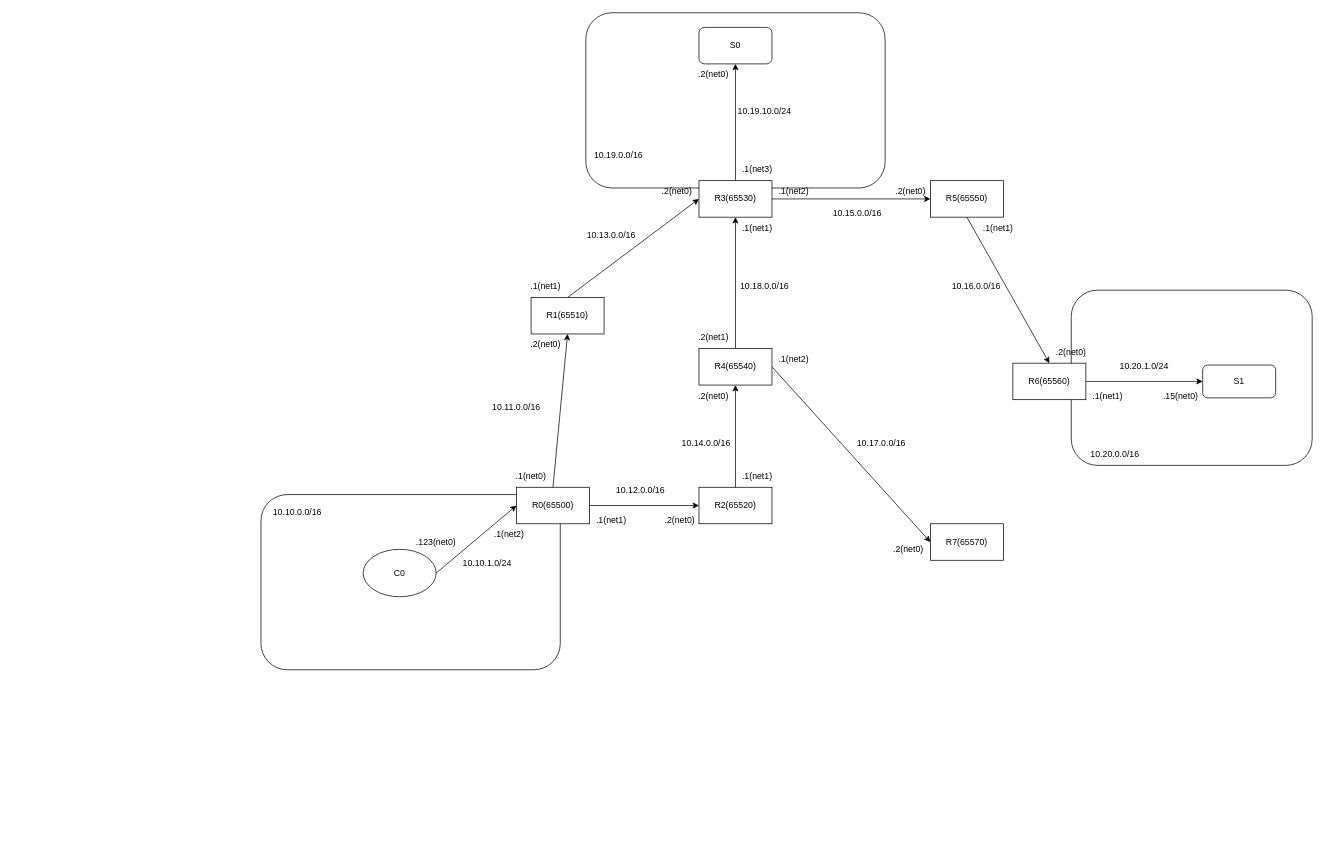
Above: topology.drawio in terassyi/my-internet (draw.io), before the change. Source tidied: cells renumbered, new cells numbered last; positions are measured from the earlier drawing's top-left corner, leaving out a move shared by most shapes. Both pictures are drawn from the tidied source at 73%, with x=0, y=0 at pixel (261, 12).
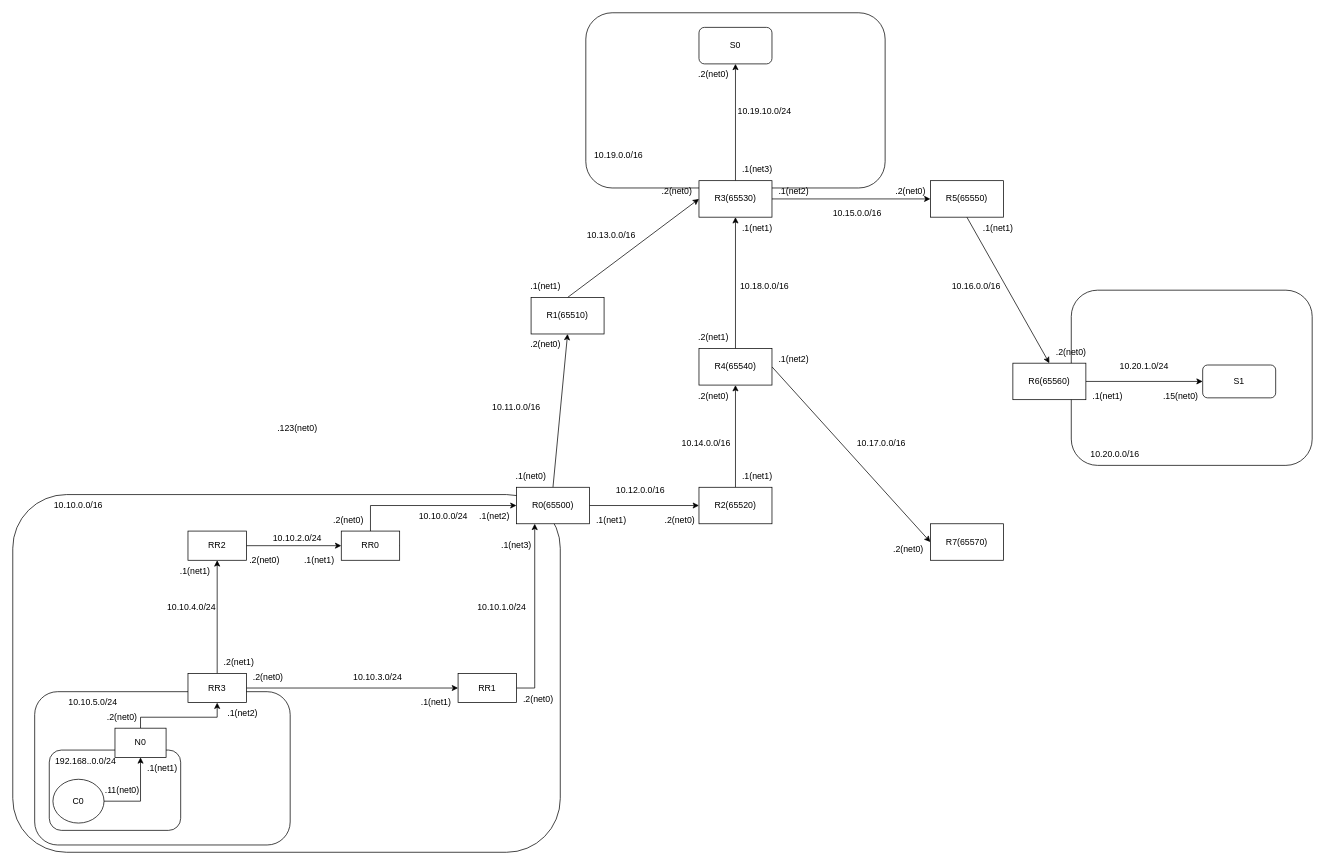
The same diagram, later.

Commit message (it also covers changes not shown here):
success bgp only topology

Unchanged cells that the change refers to:
```xml
<mxCell id="18" value="R0(65500)" style="rounded=0;whiteSpace=wrap;html=1;" parent="1" vertex="1">
  <mxGeometry x="350" y="650" width="100" height="50" as="geometry" />
</mxCell>
```

Change to the diagram source:
```diff
@@
+    <mxCell id="63" style="rounded=1;whiteSpace=wrap;html=1;fillColor=none;" parent="1" vertex="1">
+      <mxGeometry x="-290" y="1010" width="180" height="110" as="geometry" />
+    </mxCell>
+    <mxCell id="64" style="rounded=1;whiteSpace=wrap;html=1;fillColor=none;" parent="1" vertex="1">
+      <mxGeometry x="-310" y="930" width="350" height="210" as="geometry" />
+    </mxCell>
@@
     <mxCell id="3" style="rounded=1;whiteSpace=wrap;html=1;fillColor=none;" parent="1" vertex="1">
-      <mxGeometry y="660" width="410" height="240" as="geometry" />
+      <mxGeometry x="-340" y="660" width="750" height="490" as="geometry" />
     </mxCell>
@@
-    <mxCell id="25" style="edgeStyle=none;html=1;exitX=1;exitY=0.5;exitDx=0;exitDy=0;entryX=0;entryY=0.5;entryDx=0;entryDy=0;" parent="1" edge="1" source="26" target="18">
-      <mxGeometry relative="1" as="geometry" />
-    </mxCell>
-    <mxCell id="26" value="C0" style="ellipse;whiteSpace=wrap;html=1;" parent="1" vertex="1">
-      <mxGeometry x="140" y="735" width="100" height="65" as="geometry" />
-    </mxCell>
@@
     <mxCell id="31" value=".1(net2)" style="text;html=1;strokeColor=none;fillColor=none;align=center;verticalAlign=middle;whiteSpace=wrap;rounded=0;" parent="1" vertex="1">
-      <mxGeometry x="310" y="700" width="60" height="30" as="geometry" />
+      <mxGeometry x="290" y="675" width="60" height="30" as="geometry" />
     </mxCell>
@@
     <mxCell id="39" value=".123(net0)" style="text;html=1;strokeColor=none;fillColor=none;align=center;verticalAlign=middle;whiteSpace=wrap;rounded=0;" parent="1" vertex="1">
-      <mxGeometry x="210" y="710" width="60" height="30" as="geometry" />
+      <mxGeometry x="20" y="555" width="60" height="30" as="geometry" />
     </mxCell>
@@
     <mxCell id="52" value="10.10.1.0/24" style="text;html=1;strokeColor=none;fillColor=none;align=center;verticalAlign=middle;whiteSpace=wrap;rounded=0;" parent="1" vertex="1">
-      <mxGeometry x="270" y="740" width="80" height="30" as="geometry" />
+      <mxGeometry x="290" y="799" width="80" height="30" as="geometry" />
     </mxCell>
@@
     <mxCell id="61" value="10.10.0.0/16" style="text;html=1;strokeColor=none;fillColor=none;align=center;verticalAlign=middle;whiteSpace=wrap;rounded=0;" parent="1" vertex="1">
-      <mxGeometry x="10" y="670" width="80" height="30" as="geometry" />
+      <mxGeometry x="-290" y="660" width="80" height="30" as="geometry" />
     </mxCell>
@@
+    <mxCell id="65" style="edgeStyle=orthogonalEdgeStyle;rounded=0;jettySize=auto;html=1;exitX=1;exitY=0.5;exitDx=0;exitDy=0;" parent="1" edge="1" source="66" target="18">
+      <mxGeometry relative="1" as="geometry">
+        <Array as="points">
+          <mxPoint x="150" y="730" />
+          <mxPoint x="150" y="675" />
+        </Array>
+      </mxGeometry>
+    </mxCell>
+    <mxCell id="66" value="RR0" style="rounded=0;whiteSpace=wrap;html=1;" parent="1" vertex="1">
+      <mxGeometry x="110" y="710" width="80" height="40" as="geometry" />
+    </mxCell>
+    <mxCell id="67" style="edgeStyle=orthogonalEdgeStyle;rounded=0;jettySize=auto;html=1;exitX=1;exitY=0.5;exitDx=0;exitDy=0;entryX=0.25;entryY=1;entryDx=0;entryDy=0;" parent="1" edge="1" source="68" target="18">
+      <mxGeometry relative="1" as="geometry" />
+    </mxCell>
+    <mxCell id="68" value="RR1" style="rounded=0;whiteSpace=wrap;html=1;" parent="1" vertex="1">
+      <mxGeometry x="270" y="905" width="80" height="40" as="geometry" />
+    </mxCell>
+    <mxCell id="69" style="edgeStyle=orthogonalEdgeStyle;rounded=0;jettySize=auto;html=1;exitX=0.5;exitY=0;exitDx=0;exitDy=0;entryX=0.5;entryY=1;entryDx=0;entryDy=0;" parent="1" edge="1" source="71" target="73">
+      <mxGeometry relative="1" as="geometry" />
+    </mxCell>
+    <mxCell id="70" style="edgeStyle=orthogonalEdgeStyle;rounded=0;jettySize=auto;html=1;exitX=1;exitY=0.5;exitDx=0;exitDy=0;entryX=0;entryY=0.5;entryDx=0;entryDy=0;" parent="1" edge="1" source="71" target="68">
+      <mxGeometry relative="1" as="geometry" />
+    </mxCell>
+    <mxCell id="71" value="RR3" style="rounded=0;whiteSpace=wrap;html=1;" parent="1" vertex="1">
+      <mxGeometry x="-100" y="905" width="80" height="40" as="geometry" />
+    </mxCell>
+    <mxCell id="72" style="edgeStyle=orthogonalEdgeStyle;rounded=0;jettySize=auto;html=1;exitX=1;exitY=0.5;exitDx=0;exitDy=0;entryX=0;entryY=0.5;entryDx=0;entryDy=0;" parent="1" edge="1" source="73" target="66">
+      <mxGeometry relative="1" as="geometry" />
+    </mxCell>
+    <mxCell id="73" value="RR2" style="rounded=0;whiteSpace=wrap;html=1;" parent="1" vertex="1">
+      <mxGeometry x="-100" y="710" width="80" height="40" as="geometry" />
+    </mxCell>
+    <mxCell id="74" style="edgeStyle=orthogonalEdgeStyle;rounded=0;jettySize=auto;html=1;exitX=1;exitY=0.5;exitDx=0;exitDy=0;entryX=0.5;entryY=1;entryDx=0;entryDy=0;" parent="1" edge="1" source="26" target="77">
+      <mxGeometry relative="1" as="geometry" />
+    </mxCell>
+    <mxCell id="26" value="C0" style="ellipse;whiteSpace=wrap;html=1;fillColor=none;" parent="1" vertex="1">
+      <mxGeometry x="-285" y="1050" width="70" height="60" as="geometry" />
+    </mxCell>
+    <mxCell id="75" value="10.10.0.0/24" style="text;html=1;strokeColor=none;fillColor=none;align=center;verticalAlign=middle;whiteSpace=wrap;rounded=0;" parent="1" vertex="1">
+      <mxGeometry x="210" y="675" width="80" height="30" as="geometry" />
+    </mxCell>
+    <mxCell id="76" style="edgeStyle=orthogonalEdgeStyle;rounded=0;jettySize=auto;html=1;exitX=0.5;exitY=0;exitDx=0;exitDy=0;entryX=0.5;entryY=1;entryDx=0;entryDy=0;" parent="1" edge="1" source="77" target="71">
+      <mxGeometry relative="1" as="geometry">
+        <Array as="points">
+          <mxPoint x="-165" y="965" />
+          <mxPoint x="-60" y="965" />
+        </Array>
+      </mxGeometry>
+    </mxCell>
+    <mxCell id="77" value="N0" style="rounded=0;whiteSpace=wrap;html=1;fillColor=#ffffff;" parent="1" vertex="1">
+      <mxGeometry x="-200" y="980" width="70" height="40" as="geometry" />
+    </mxCell>
+    <mxCell id="78" value="192.168..0.0/24" style="text;html=1;strokeColor=none;fillColor=none;align=center;verticalAlign=middle;whiteSpace=wrap;rounded=0;" parent="1" vertex="1">
+      <mxGeometry x="-280" y="1010" width="80" height="30" as="geometry" />
+    </mxCell>
+    <mxCell id="79" value=".11(net0)" style="text;html=1;strokeColor=none;fillColor=none;align=center;verticalAlign=middle;whiteSpace=wrap;rounded=0;" parent="1" vertex="1">
+      <mxGeometry x="-220" y="1050" width="60" height="30" as="geometry" />
+    </mxCell>
+    <mxCell id="80" value=".1(net1)" style="text;html=1;strokeColor=none;fillColor=none;align=center;verticalAlign=middle;whiteSpace=wrap;rounded=0;" parent="1" vertex="1">
+      <mxGeometry x="-165" y="1020" width="60" height="30" as="geometry" />
+    </mxCell>
+    <mxCell id="81" value="10.10.3.0/24" style="text;html=1;strokeColor=none;fillColor=none;align=center;verticalAlign=middle;whiteSpace=wrap;rounded=0;" parent="1" vertex="1">
+      <mxGeometry x="120" y="895" width="80" height="30" as="geometry" />
+    </mxCell>
+    <mxCell id="82" value="10.10.2.0/24" style="text;html=1;strokeColor=none;fillColor=none;align=center;verticalAlign=middle;whiteSpace=wrap;rounded=0;" parent="1" vertex="1">
+      <mxGeometry x="10" y="705" width="80" height="30" as="geometry" />
+    </mxCell>
+    <mxCell id="83" value="10.10.4.0/24" style="text;html=1;strokeColor=none;fillColor=none;align=center;verticalAlign=middle;whiteSpace=wrap;rounded=0;" parent="1" vertex="1">
+      <mxGeometry x="-135" y="799" width="80" height="30" as="geometry" />
+    </mxCell>
+    <mxCell id="84" value="10.10.5.0/24" style="text;html=1;strokeColor=none;fillColor=none;align=center;verticalAlign=middle;whiteSpace=wrap;rounded=0;" parent="1" vertex="1">
+      <mxGeometry x="-270" y="930" width="80" height="30" as="geometry" />
+    </mxCell>
+    <mxCell id="85" value=".1(net2)" style="text;html=1;strokeColor=none;fillColor=none;align=center;verticalAlign=middle;whiteSpace=wrap;rounded=0;" parent="1" vertex="1">
+      <mxGeometry x="-55" y="945" width="60" height="30" as="geometry" />
+    </mxCell>
+    <mxCell id="86" value=".2(net0)" style="text;html=1;strokeColor=none;fillColor=none;align=center;verticalAlign=middle;whiteSpace=wrap;rounded=0;" parent="1" vertex="1">
+      <mxGeometry x="-220" y="950" width="60" height="30" as="geometry" />
+    </mxCell>
+    <mxCell id="87" value=".2(net1)" style="text;html=1;strokeColor=none;fillColor=none;align=center;verticalAlign=middle;whiteSpace=wrap;rounded=0;" parent="1" vertex="1">
+      <mxGeometry x="-60" y="875" width="60" height="30" as="geometry" />
+    </mxCell>
+    <mxCell id="88" value=".1(net1)" style="text;html=1;strokeColor=none;fillColor=none;align=center;verticalAlign=middle;whiteSpace=wrap;rounded=0;" parent="1" vertex="1">
+      <mxGeometry x="-120" y="750" width="60" height="30" as="geometry" />
+    </mxCell>
+    <mxCell id="89" value=".2(net0)" style="text;html=1;strokeColor=none;fillColor=none;align=center;verticalAlign=middle;whiteSpace=wrap;rounded=0;" parent="1" vertex="1">
+      <mxGeometry x="-25" y="735" width="60" height="30" as="geometry" />
+    </mxCell>
+    <mxCell id="90" value=".1(net1)" style="text;html=1;strokeColor=none;fillColor=none;align=center;verticalAlign=middle;whiteSpace=wrap;rounded=0;" parent="1" vertex="1">
+      <mxGeometry x="50" y="735" width="60" height="30" as="geometry" />
+    </mxCell>
+    <mxCell id="91" value=".2(net0)" style="text;html=1;strokeColor=none;fillColor=none;align=center;verticalAlign=middle;whiteSpace=wrap;rounded=0;" parent="1" vertex="1">
+      <mxGeometry x="90" y="680" width="60" height="30" as="geometry" />
+    </mxCell>
+    <mxCell id="92" value=".1(net3)" style="text;html=1;strokeColor=none;fillColor=none;align=center;verticalAlign=middle;whiteSpace=wrap;rounded=0;" parent="1" vertex="1">
+      <mxGeometry x="320" y="715" width="60" height="30" as="geometry" />
+    </mxCell>
+    <mxCell id="93" value=".2(net0)" style="text;html=1;strokeColor=none;fillColor=none;align=center;verticalAlign=middle;whiteSpace=wrap;rounded=0;" parent="1" vertex="1">
+      <mxGeometry x="350" y="925" width="60" height="30" as="geometry" />
+    </mxCell>
+    <mxCell id="94" value=".1(net1)" style="text;html=1;strokeColor=none;fillColor=none;align=center;verticalAlign=middle;whiteSpace=wrap;rounded=0;" parent="1" vertex="1">
+      <mxGeometry x="210" y="930" width="60" height="30" as="geometry" />
+    </mxCell>
+    <mxCell id="95" value=".2(net0)" style="text;html=1;strokeColor=none;fillColor=none;align=center;verticalAlign=middle;whiteSpace=wrap;rounded=0;" parent="1" vertex="1">
+      <mxGeometry x="-20" y="895" width="60" height="30" as="geometry" />
+    </mxCell>
```
